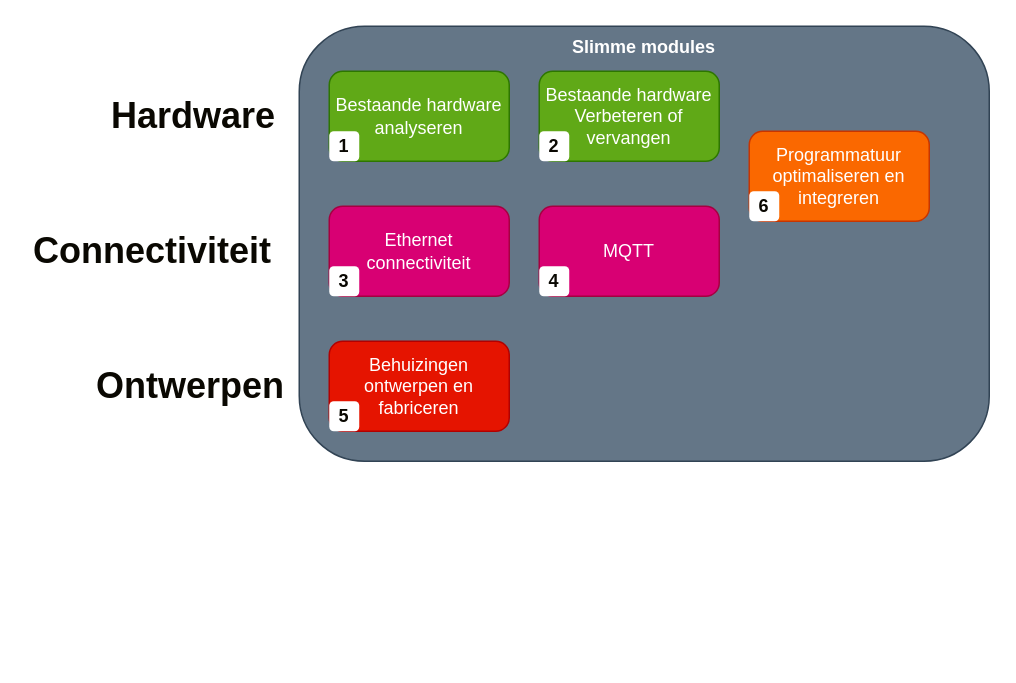
Before: Diagrammen/Work-breakdown-analyse van slimme module.drawio in AquaStorm-Official/Resources, a draw.io diagram. Source tidied: cells renumbered, new cells numbered last; positions are measured from the earlier drawing's top-left corner, leaving out a move shared by most shapes. Both pictures are drawn from the tidied source at 150%, with x=0, y=0 at pixel (26, 26).
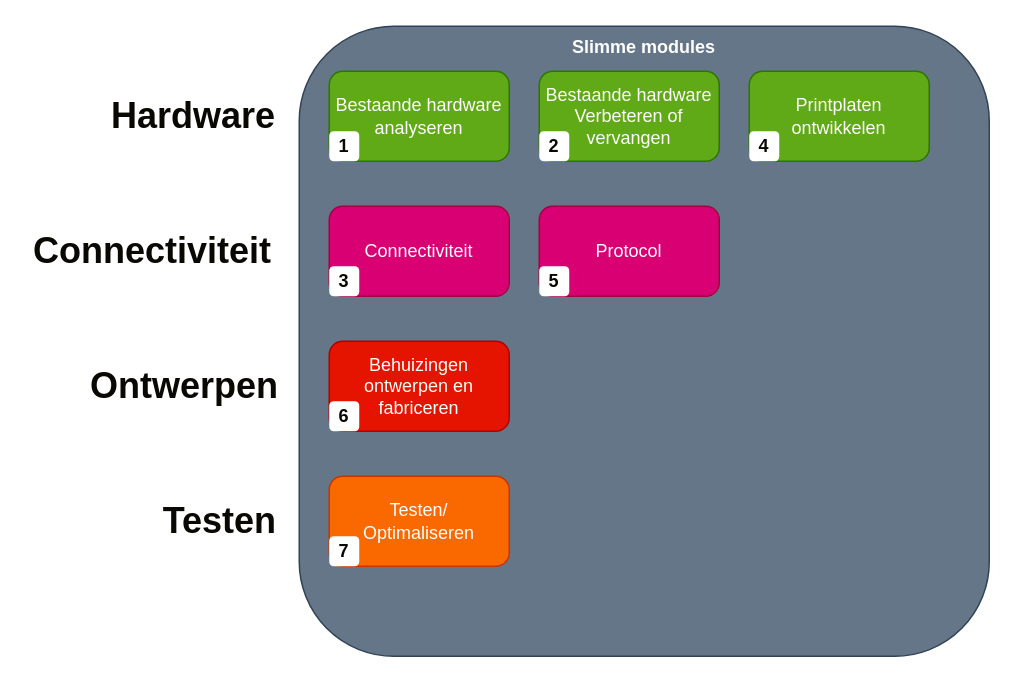
The same page after the edit.

Commit message (it also covers changes not shown here):
Diagram bijgewerkt

Change to the diagram source:
```diff
@@
     <mxCell id="2" value="&lt;b&gt;Slimme modules&lt;/b&gt;" style="rounded=1;whiteSpace=wrap;html=1;verticalAlign=top;fillColor=#647687;fontColor=#ffffff;strokeColor=#314354;" parent="1" vertex="1">
-      <mxGeometry x="182" width="460" height="290" as="geometry" />
+      <mxGeometry x="182" width="460" height="420" as="geometry" />
     </mxCell>
-    <mxCell id="3" value="MQTT" style="rounded=1;whiteSpace=wrap;html=1;fillColor=#d80073;fontColor=#ffffff;strokeColor=#A50040;" parent="1" vertex="1">
+    <mxCell id="3" value="Protocol" style="rounded=1;whiteSpace=wrap;html=1;fillColor=#d80073;fontColor=#ffffff;strokeColor=#A50040;" parent="1" vertex="1">
       <mxGeometry x="342" y="120" width="120" height="60" as="geometry" />
     </mxCell>
-    <mxCell id="4" value="Ethernet connectiviteit" style="rounded=1;whiteSpace=wrap;html=1;fillColor=#d80073;fontColor=#ffffff;strokeColor=#A50040;" parent="1" vertex="1">
+    <mxCell id="4" value="Connectiviteit" style="rounded=1;whiteSpace=wrap;html=1;fillColor=#d80073;fontColor=#ffffff;strokeColor=#A50040;" parent="1" vertex="1">
       <mxGeometry x="202" y="120" width="120" height="60" as="geometry" />
     </mxCell>
@@
-    <mxCell id="8" value="Programmatuur optimaliseren en integreren" style="rounded=1;whiteSpace=wrap;html=1;fillColor=#fa6800;fontColor=#FFFFFF;strokeColor=#C73500;labelBackgroundColor=none;" parent="1" vertex="1">
-      <mxGeometry x="482" y="70" width="120" height="60" as="geometry" />
-    </mxCell>
@@
-    <mxCell id="12" value="&lt;b&gt;4&lt;/b&gt;" style="text;html=1;strokeColor=none;fillColor=default;align=center;verticalAlign=middle;whiteSpace=wrap;rounded=1;labelBackgroundColor=none;fontColor=#0A0802;" parent="1" vertex="1">
+    <mxCell id="12" value="&lt;b&gt;5&lt;/b&gt;" style="text;html=1;strokeColor=none;fillColor=default;align=center;verticalAlign=middle;whiteSpace=wrap;rounded=1;labelBackgroundColor=none;fontColor=#0A0802;" parent="1" vertex="1">
       <mxGeometry x="342" y="160" width="20" height="20" as="geometry" />
     </mxCell>
-    <mxCell id="13" value="&lt;b&gt;5&lt;/b&gt;" style="text;html=1;strokeColor=none;fillColor=default;align=center;verticalAlign=middle;whiteSpace=wrap;rounded=1;labelBackgroundColor=none;fontColor=#0A0802;" parent="1" vertex="1">
+    <mxCell id="13" value="&lt;b&gt;6&lt;/b&gt;" style="text;html=1;strokeColor=none;fillColor=default;align=center;verticalAlign=middle;whiteSpace=wrap;rounded=1;labelBackgroundColor=none;fontColor=#0A0802;" parent="1" vertex="1">
       <mxGeometry x="202" y="250" width="20" height="20" as="geometry" />
     </mxCell>
-    <mxCell id="14" value="&lt;b&gt;6&lt;/b&gt;" style="text;html=1;strokeColor=none;fillColor=default;align=center;verticalAlign=middle;whiteSpace=wrap;rounded=1;labelBackgroundColor=none;fontColor=#0A0802;" parent="1" vertex="1">
-      <mxGeometry x="482" y="110" width="20" height="20" as="geometry" />
-    </mxCell>
@@
     <mxCell id="17" value="&lt;h1&gt;Ontwerpen&lt;/h1&gt;" style="text;html=1;strokeColor=none;fillColor=none;spacing=5;spacingTop=-20;whiteSpace=wrap;overflow=hidden;rounded=0;labelBackgroundColor=none;fontColor=#0A0802;" parent="1" vertex="1">
-      <mxGeometry x="42" y="220" width="134" height="40" as="geometry" />
+      <mxGeometry x="38" y="220" width="134" height="40" as="geometry" />
     </mxCell>
+    <mxCell id="18" value="Printplaten ontwikkelen" style="rounded=1;whiteSpace=wrap;html=1;labelBackgroundColor=none;fillColor=#60a917;fontColor=#ffffff;strokeColor=#2D7600;" parent="1" vertex="1">
+      <mxGeometry x="482" y="30" width="120" height="60" as="geometry" />
+    </mxCell>
+    <mxCell id="19" value="&lt;b&gt;4&lt;/b&gt;" style="text;html=1;strokeColor=none;fillColor=default;align=center;verticalAlign=middle;whiteSpace=wrap;rounded=1;labelBackgroundColor=none;fontColor=#0A0802;" parent="1" vertex="1">
+      <mxGeometry x="482" y="70" width="20" height="20" as="geometry" />
+    </mxCell>
+    <mxCell id="20" value="&lt;h1&gt;Testen&lt;/h1&gt;" style="text;html=1;strokeColor=none;fillColor=none;spacing=5;spacingTop=-20;whiteSpace=wrap;overflow=hidden;rounded=0;labelBackgroundColor=none;fontColor=#0A0802;align=right;" parent="1" vertex="1">
+      <mxGeometry x="38" y="310" width="134" height="40" as="geometry" />
+    </mxCell>
+    <mxCell id="21" value="Testen/&lt;br&gt;Optimaliseren" style="rounded=1;whiteSpace=wrap;html=1;fillColor=#fa6800;fontColor=#FFFFFF;strokeColor=#C73500;" parent="1" vertex="1">
+      <mxGeometry x="202" y="300" width="120" height="60" as="geometry" />
+    </mxCell>
+    <mxCell id="22" value="&lt;b&gt;7&lt;/b&gt;" style="text;html=1;strokeColor=none;fillColor=default;align=center;verticalAlign=middle;whiteSpace=wrap;rounded=1;labelBackgroundColor=none;fontColor=#0A0802;" parent="1" vertex="1">
+      <mxGeometry x="202" y="340" width="20" height="20" as="geometry" />
+    </mxCell>
```
